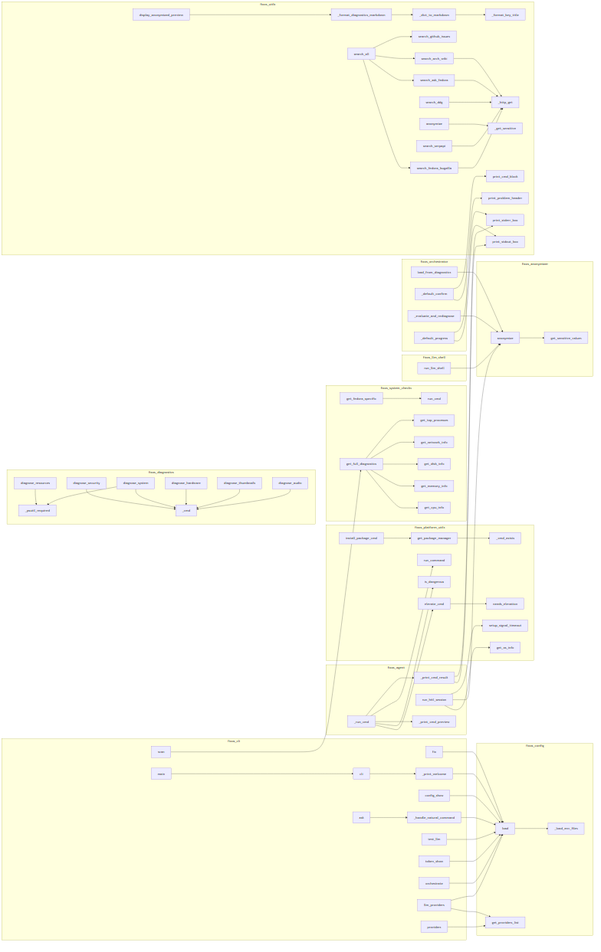
Before: project/calls.png, a diagram exported from Mermaid (wronai/fixos). Its source is kept beside it as project/calls.mmd.
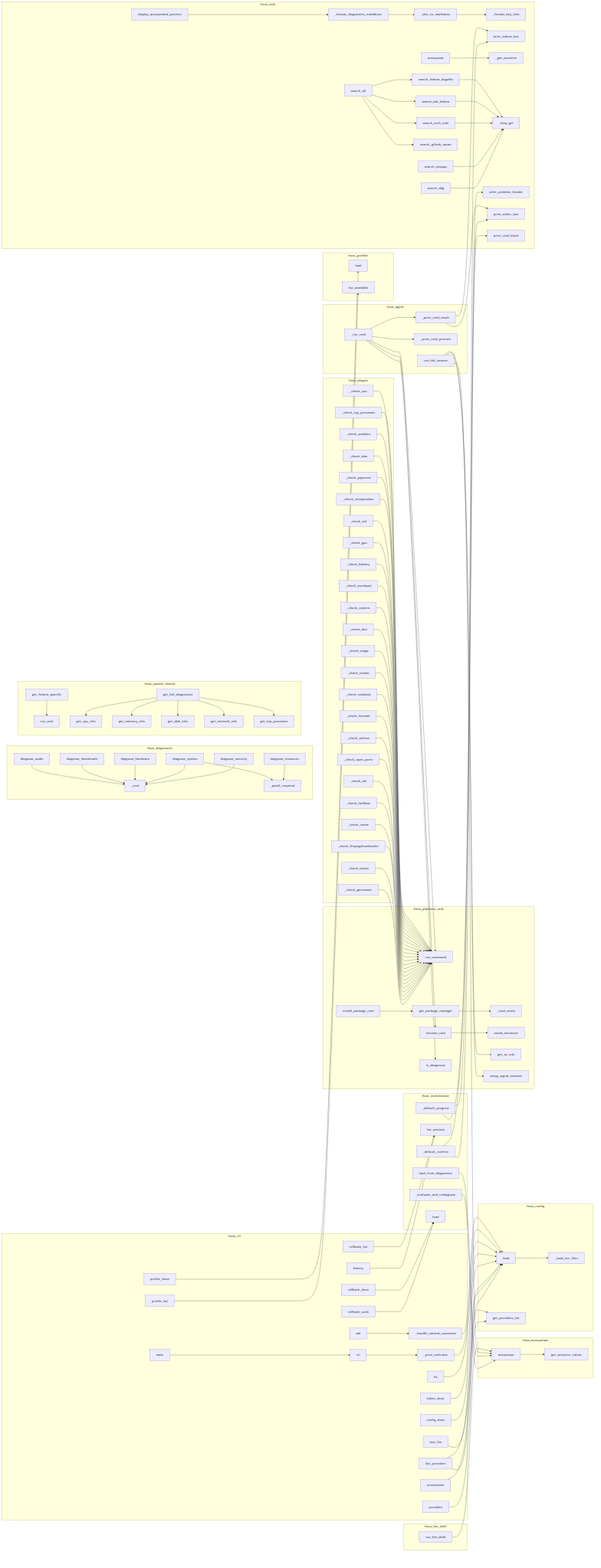
After the change.

What changed in the source:
```diff
@@ -1,104 +1,141 @@
 flowchart LR
     subgraph fixos_agent
+        fixos__agent__hitl___run_cmd["_run_cmd"]
         fixos__agent__hitl___print_cmd_result["_print_cmd_result"]
-        fixos__agent__hitl___run_cmd["_run_cmd"]
         fixos__agent__hitl__run_hitl_session["run_hitl_session"]
         fixos__agent__hitl___print_cmd_preview["_print_cmd_preview"]
     end
     subgraph fixos_anonymizer
+        fixos__anonymizer__anonymize["anonymize"]
         fixos__anonymizer__get_sensitive_values["get_sensitive_values"]
-        fixos__anonymizer__anonymize["anonymize"]
     end
     subgraph fixos_cli
-        fixos__cli__scan["scan"]
+        fixos__cli__ask["ask"]
+        fixos__cli__profile_list["profile_list"]
+        fixos__cli___handle_natural_command["_handle_natural_command"]
+        fixos__cli__rollback_undo["rollback_undo"]
+        fixos__cli__orchestrate["orchestrate"]
+        fixos__cli__config_show["config_show"]
+        fixos__cli__rollback_show["rollback_show"]
+        fixos__cli__cli["cli"]
+        fixos__cli__rollback_list["rollback_list"]
+        fixos__cli__providers["providers"]
         fixos__cli__fix["fix"]
+        fixos__cli__llm_providers["llm_providers"]
+        fixos__cli__profile_show["profile_show"]
+        fixos__cli__history["history"]
+        fixos__cli__main["main"]
         fixos__cli___print_welcome["_print_welcome"]
-        fixos__cli__llm_providers["llm_providers"]
-        fixos__cli__config_show["config_show"]
-        fixos__cli___handle_natural_command["_handle_natural_command"]
-        fixos__cli__cli["cli"]
-        fixos__cli__orchestrate["orchestrate"]
         fixos__cli__token_show["token_show"]
-        fixos__cli__main["main"]
-        fixos__cli__ask["ask"]
         fixos__cli__test_llm["test_llm"]
-        fixos__cli__providers["providers"]
     end
     subgraph fixos_config
+        fixos__config__FixOsConfig__load["load"]
         fixos__config___load_env_files["_load_env_files"]
         fixos__config__get_providers_list["get_providers_list"]
-        fixos__config__FixOsConfig__load["load"]
     end
     subgraph fixos_diagnostics
+        fixos__diagnostics__system_checks__diagnose_system["diagnose_system"]
+        fixos___psutil_required["_psutil_required"]
         fixos__diagnose_thumbnails["diagnose_thumbnails"]
         fixos__diagnose_resources["diagnose_resources"]
-        fixos___psutil_required["_psutil_required"]
-        fixos__diagnostics__system_checks___cmd["_cmd"]
-        fixos__diagnose_security["diagnose_security"]
         fixos__diagnose_hardware["diagnose_hardware"]
         fixos__diagnostics__system_checks__diagnose_audio["diagnose_audio"]
-        fixos__diagnostics__system_checks__diagnose_system["diagnose_system"]
+        fixos__diagnose_security["diagnose_security"]
+        fixos__diagnostics__system_checks___cmd["_cmd"]
     end
     subgraph fixos_llm_shell
         fixos__llm_shell__run_llm_shell["run_llm_shell"]
     end
     subgraph fixos_orchestrator
         fixos__load_from_diagnostics["load_from_diagnostics"]
+        fixos__list_sessions["list_sessions"]
+        fixos__load["load"]
+        fixos___default_confirm["_default_confirm"]
         fixos___evaluate_and_rediagnose["_evaluate_and_rediagnose"]
         fixos___default_progress["_default_progress"]
-        fixos___default_confirm["_default_confirm"]
     end
     subgraph fixos_platform_utils
+        fixos__platform_utils__get_package_manager["get_package_manager"]
+        fixos__platform_utils__get_os_info["get_os_info"]
+        fixos__platform_utils___cmd_exists["_cmd_exists"]
+        fixos__platform_utils__is_dangerous["is_dangerous"]
+        fixos__platform_utils__elevate_cmd["elevate_cmd"]
         fixos__platform_utils__run_command["run_command"]
         fixos__platform_utils__needs_elevation["needs_elevation"]
+        fixos__platform_utils__setup_signal_timeout["setup_signal_timeout"]
         fixos__platform_utils__install_package_cmd["install_package_cmd"]
-        fixos__platform_utils__elevate_cmd["elevate_cmd"]
-        fixos__platform_utils__is_dangerous["is_dangerous"]
-        fixos__platform_utils__get_os_info["get_os_info"]
-        fixos__platform_utils___cmd_exists["_cmd_exists"]
-        fixos__platform_utils__get_package_manager["get_package_manager"]
-        fixos__platform_utils__setup_signal_timeout["setup_signal_timeout"]
+    end
+    subgraph fixos_plugins
+        fixos___check_inodes["_check_inodes"]
+        fixos___check_pipewire["_check_pipewire"]
+        fixos___check_camera["_check_camera"]
+        fixos__plugins__builtin__audio__Plugin___check_sof["_check_sof"]
+        fixos___check_touchpad["_check_touchpad"]
+        fixos___check_totem["_check_totem"]
+        fixos___check_readonly["_check_readonly"]
+        fixos___check_ssh["_check_ssh"]
+        fixos___check_top_processes["_check_top_processes"]
+        fixos___check_fail2ban["_check_fail2ban"]
+        fixos___check_firewall["_check_firewall"]
+        fixos___check_cache["_check_cache"]
+        fixos___check_open_ports["_check_open_ports"]
+        fixos___check_ffmpegthumbnailer["_check_ffmpegthumbnailer"]
+        fixos___check_alsa["_check_alsa"]
+        fixos___check_battery["_check_battery"]
+        fixos___check_zombies["_check_zombies"]
+        fixos___check_usage["_check_usage"]
+        fixos___check_gstreamer["_check_gstreamer"]
+        fixos___check_selinux["_check_selinux"]
+        fixos___check_wireplumber["_check_wireplumber"]
+        fixos___check_gpu["_check_gpu"]
+        fixos___check_cpu["_check_cpu"]
+        fixos___check_dmi["_check_dmi"]
+    end
+    subgraph fixos_profiles
+        fixos__profiles__Profile__list_available["list_available"]
+        fixos__profiles__Profile__load["load"]
     end
     subgraph fixos_system_checks
-        fixos__system_checks__run_cmd["run_cmd"]
         fixos__system_checks__get_network_info["get_network_info"]
+        fixos__system_checks__get_fedora_specific["get_fedora_specific"]
+        fixos__system_checks__get_cpu_info["get_cpu_info"]
+        fixos__system_checks__get_disk_info["get_disk_info"]
         fixos__system_checks__get_memory_info["get_memory_info"]
         fixos__system_checks__get_top_processes["get_top_processes"]
-        fixos__system_checks__get_disk_info["get_disk_info"]
-        fixos__system_checks__get_fedora_specific["get_fedora_specific"]
+        fixos__system_checks__run_cmd["run_cmd"]
         fixos__system_checks__get_full_diagnostics["get_full_diagnostics"]
-        fixos__system_checks__get_cpu_info["get_cpu_info"]
     end
     subgraph fixos_utils
+        fixos__utils__web_search__search_serpapi["search_serpapi"]
+        fixos__utils__terminal__print_cmd_block["print_cmd_block"]
+        fixos__utils__web_search__search_ask_fedora["search_ask_fedora"]
         fixos__utils__anonymizer___get_sensitive["_get_sensitive"]
+        fixos__utils__terminal__print_problem_header["print_problem_header"]
+        fixos__utils__web_search__search_fedora_bugzilla["search_fedora_bugzilla"]
+        fixos__utils__web_search__search_all["search_all"]
+        fixos__utils__anonymizer___format_key_title["_format_key_title"]
+        fixos___format_diagnostics_markdown["_format_diagnostics_markdown"]
         fixos__utils__web_search__search_arch_wiki["search_arch_wiki"]
+        fixos__utils__terminal__print_stderr_box["print_stderr_box"]
         fixos__utils__web_search___http_get["_http_get"]
+        fixos__utils__terminal__print_stdout_box["print_stdout_box"]
         fixos__utils__web_search__search_github_issues["search_github_issues"]
         fixos__utils__anonymizer___dict_to_markdown["_dict_to_markdown"]
-        fixos__utils__web_search__search_serpapi["search_serpapi"]
+        fixos__utils__anonymizer__anonymize["anonymize"]
         fixos__display_anonymized_preview["display_anonymized_preview"]
-        fixos__utils__web_search__search_fedora_bugzilla["search_fedora_bugzilla"]
-        fixos__utils__web_search__search_all["search_all"]
-        fixos__utils__web_search__search_ask_fedora["search_ask_fedora"]
-        fixos__utils__anonymizer__anonymize["anonymize"]
-        fixos__utils__terminal__print_problem_header["print_problem_header"]
-        fixos__utils__terminal__print_stderr_box["print_stderr_box"]
-        fixos__utils__terminal__print_stdout_box["print_stdout_box"]
-        fixos___format_diagnostics_markdown["_format_diagnostics_markdown"]
-        fixos__utils__terminal__print_cmd_block["print_cmd_block"]
-        fixos__utils__anonymizer___format_key_title["_format_key_title"]
         fixos__utils__web_search__search_ddg["search_ddg"]
     end
     fixos__platform_utils__elevate_cmd --> fixos__platform_utils__needs_elevation
     fixos__platform_utils__get_package_manager --> fixos__platform_utils___cmd_exists
     fixos__platform_utils__install_package_cmd --> fixos__platform_utils__get_package_manager
+    fixos__anonymizer__anonymize --> fixos__anonymizer__get_sensitive_values
     fixos__system_checks__get_fedora_specific --> fixos__system_checks__run_cmd
     fixos__system_checks__get_full_diagnostics --> fixos__system_checks__get_cpu_info
     fixos__system_checks__get_full_diagnostics --> fixos__system_checks__get_memory_info
     fixos__system_checks__get_full_diagnostics --> fixos__system_checks__get_disk_info
     fixos__system_checks__get_full_diagnostics --> fixos__system_checks__get_network_info
     fixos__system_checks__get_full_diagnostics --> fixos__system_checks__get_top_processes
-    fixos__anonymizer__anonymize --> fixos__anonymizer__get_sensitive_values
     fixos__llm_shell__run_llm_shell --> fixos__anonymizer__anonymize
     fixos__diagnostics__system_checks__diagnose_audio --> fixos__diagnostics__system_checks___cmd
     fixos__diagnose_thumbnails --> fixos__diagnostics__system_checks___cmd
@@ -137,11 +174,34 @@
     fixos___default_confirm --> fixos__utils__terminal__print_cmd_block
     fixos___default_progress --> fixos__utils__terminal__print_stdout_box
     fixos___default_progress --> fixos__utils__terminal__print_stderr_box
+    fixos___check_cpu --> fixos__platform_utils__run_command
+    fixos___check_top_processes --> fixos__platform_utils__run_command
+    fixos___check_zombies --> fixos__platform_utils__run_command
+    fixos___check_firewall --> fixos__platform_utils__run_command
+    fixos___check_selinux --> fixos__platform_utils__run_command
+    fixos___check_open_ports --> fixos__platform_utils__run_command
+    fixos___check_ssh --> fixos__platform_utils__run_command
+    fixos___check_fail2ban --> fixos__platform_utils__run_command
+    fixos___check_alsa --> fixos__platform_utils__run_command
+    fixos___check_pipewire --> fixos__platform_utils__run_command
+    fixos___check_wireplumber --> fixos__platform_utils__run_command
+    fixos__plugins__builtin__audio__Plugin___check_sof --> fixos__platform_utils__run_command
+    fixos___check_usage --> fixos__platform_utils__run_command
+    fixos___check_inodes --> fixos__platform_utils__run_command
+    fixos___check_readonly --> fixos__platform_utils__run_command
+    fixos___check_gpu --> fixos__platform_utils__run_command
+    fixos___check_battery --> fixos__platform_utils__run_command
+    fixos___check_touchpad --> fixos__platform_utils__run_command
+    fixos___check_camera --> fixos__platform_utils__run_command
+    fixos___check_dmi --> fixos__platform_utils__run_command
+    fixos___check_cache --> fixos__platform_utils__run_command
+    fixos___check_ffmpegthumbnailer --> fixos__platform_utils__run_command
+    fixos___check_totem --> fixos__platform_utils__run_command
+    fixos___check_gstreamer --> fixos__platform_utils__run_command
     fixos__cli__cli --> fixos__cli___print_welcome
     fixos__cli__ask --> fixos__cli___handle_natural_command
     fixos__cli___handle_natural_command --> fixos__config__FixOsConfig__load
     fixos__cli___print_welcome --> fixos__config__FixOsConfig__load
-    fixos__cli__scan --> fixos__system_checks__get_full_diagnostics
     fixos__cli__fix --> fixos__config__FixOsConfig__load
     fixos__cli__token_show --> fixos__config__FixOsConfig__load
     fixos__cli__config_show --> fixos__config__FixOsConfig__load
@@ -150,4 +210,10 @@
     fixos__cli__providers --> fixos__config__get_providers_list
     fixos__cli__test_llm --> fixos__config__FixOsConfig__load
     fixos__cli__orchestrate --> fixos__config__FixOsConfig__load
+    fixos__cli__rollback_list --> fixos__list_sessions
+    fixos__cli__rollback_show --> fixos__load
+    fixos__cli__rollback_undo --> fixos__load
+    fixos__cli__profile_list --> fixos__profiles__Profile__list_available
+    fixos__cli__profile_show --> fixos__profiles__Profile__load
+    fixos__cli__history --> fixos__list_sessions
     fixos__cli__main --> fixos__cli__cli
```
